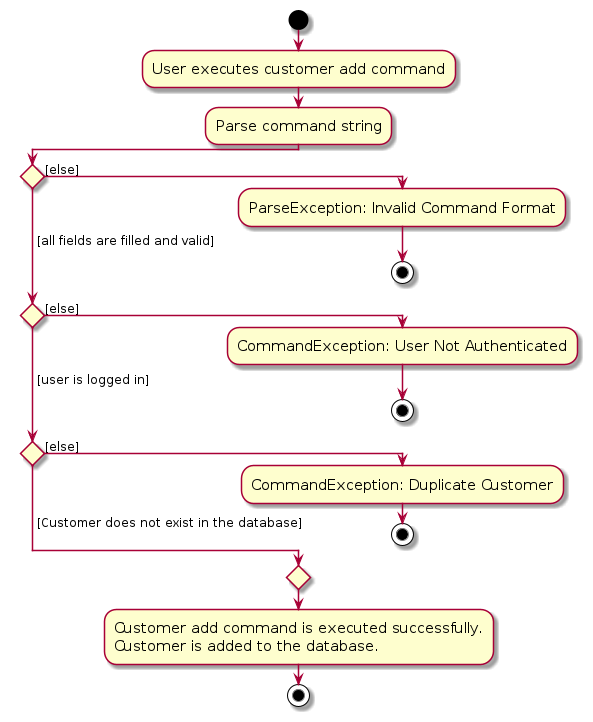
zhonghan721/tp keeps this PlantUML diagram as diagrams/CustomerAddActivityDiagram.png. Above is the earlier version. Its source is kept beside it as diagrams/CustomerAddActivityDiagram.puml.
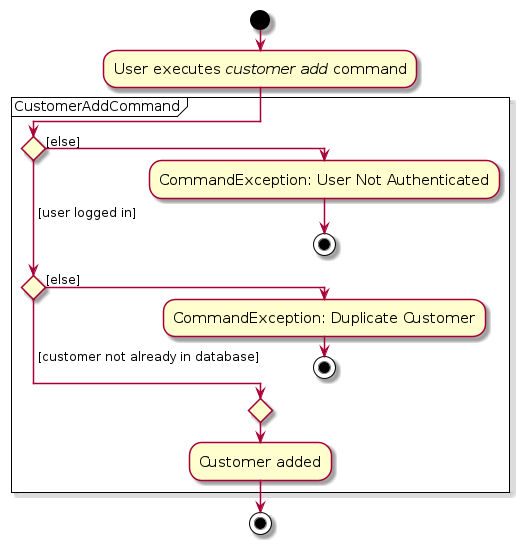
The same diagram one commit later.

Change to the diagram source:
```diff
@@ -3,24 +3,21 @@
 skinparam ActivityFontSize 15
 skinparam ArrowFontSize 12
 !pragma useVerticalIf on
+
 start
-:User executes customer add command;
-:Parse command string;
-
-if () then ([else])
-    :ParseException: Invalid Command Format;
-    stop
-( [all fields are filled and valid]) elseif () then ([else])
-    :CommandException: User Not Authenticated;
-    stop
-( [user is logged in]) elseif () then ([else])
-    :CommandException: Duplicate Customer;
-    stop
-else ( [Customer does not exist in the database])
-
-endif
-:Customer add command is executed successfully.
-Customer is added to the database.;
+:User executes <i>customer add</i> command;
+partition CustomerAddCommand {
+    if () then ([else])
+        :CommandException: User Not Authenticated;
+        stop
+    ( [user logged in]) elseif () then ([else])
+        :CommandException: Duplicate Customer;
+        stop
+    else ( [customer not already in database])
+    endif
+    :Customer added;
+}
 
 stop
+
 @enduml
```
